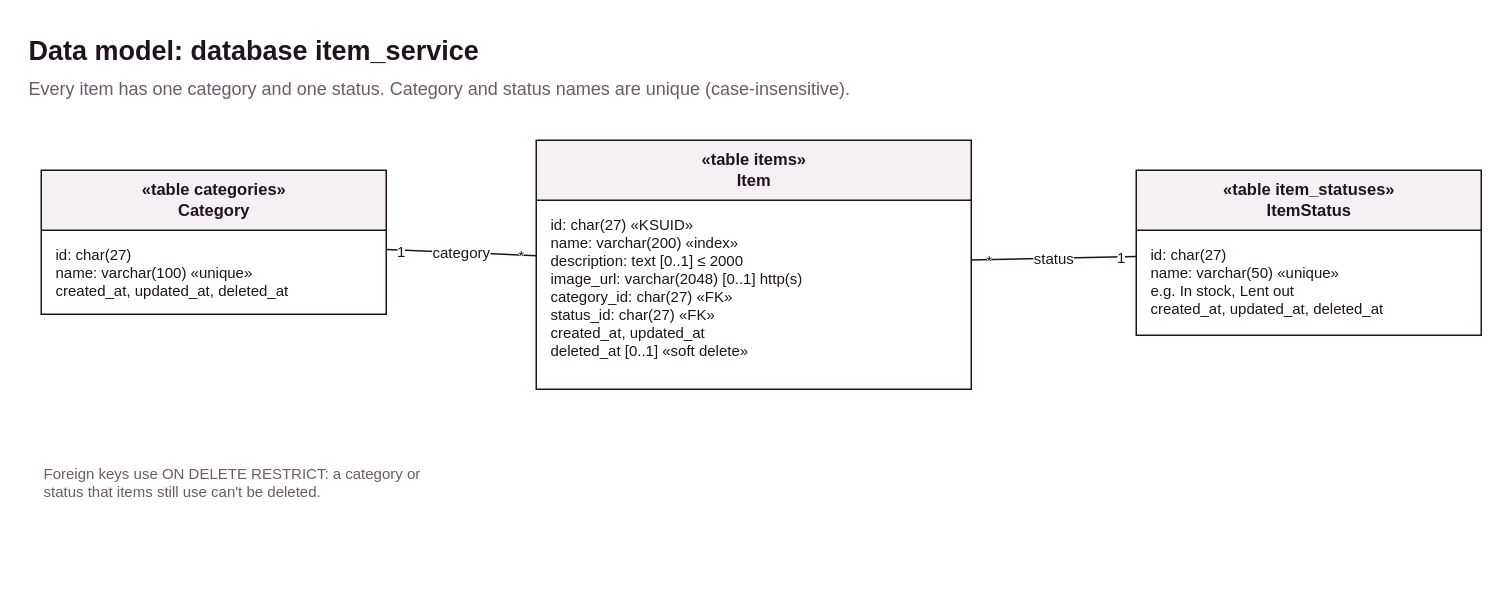
jochem11/inventory-manager keeps this draw.io diagram as page "Data model" (2 of 5) of services/item-service/docs/item-service.drawio. Above is the earlier version. Source tidied: cells renumbered, new cells numbered last; positions are measured from the earlier drawing's top-left corner, leaving out a move shared by most shapes. Both pictures are drawn from the tidied source at 150%, with x=0, y=0 at pixel (26, 26).
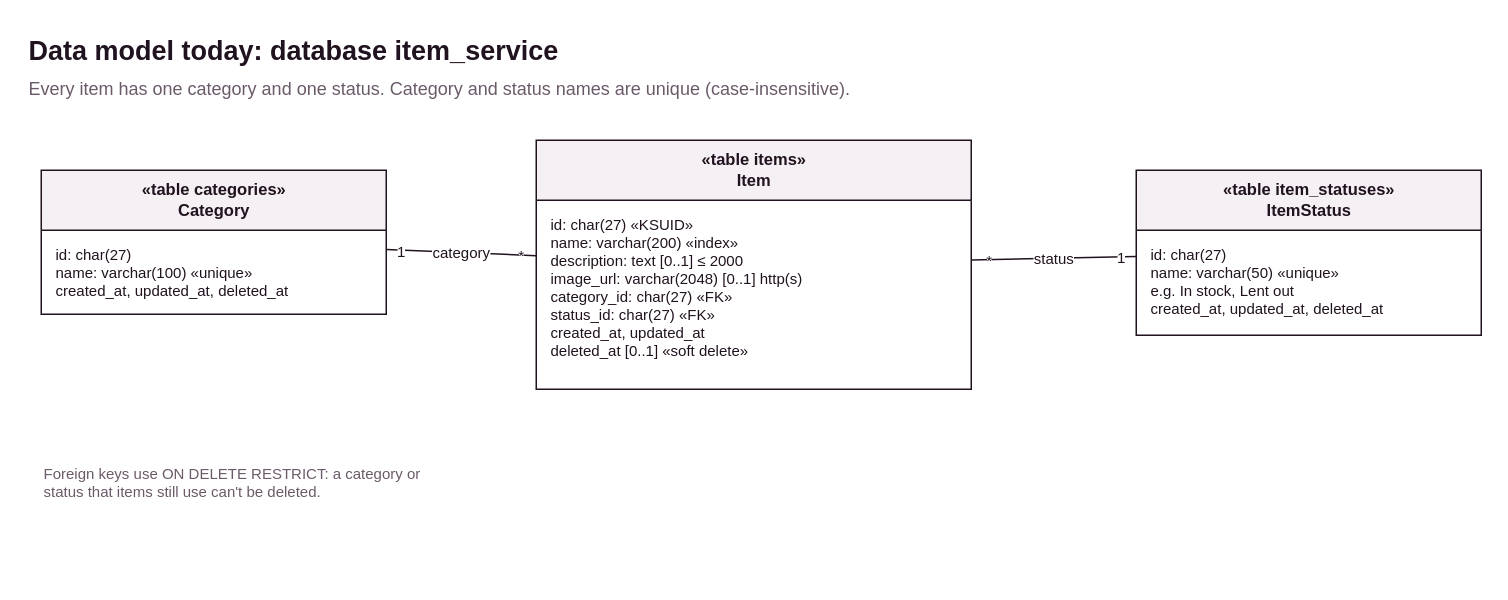
Above is the later version.

The edit, as a diff of the source:
```diff
@@
 <mxGraphModel background="#ffffff">
   <root>
     <mxCell id="0" />
     <mxCell id="1" parent="0" />
     <mxCell id="2" value="«table items»&lt;br&gt;&lt;b&gt;Item&lt;/b&gt;" style="swimlane;html=1;startSize=40;fillColor=#f5f0f4;strokeColor=#20131f;fontSize=11;fontColor=#20131f;horizontal=1;swimlaneFillColor=#ffffff;fontFamily=Helvetica;" parent="1" vertex="1">
       <mxGeometry x="340" y="76" width="290" height="166" as="geometry" />
     </mxCell>
     <mxCell id="3" value="«table categories»&lt;br&gt;&lt;b&gt;Category&lt;/b&gt;" style="swimlane;html=1;startSize=40;fillColor=#f5f0f4;strokeColor=#20131f;fontSize=11;fontColor=#20131f;horizontal=1;swimlaneFillColor=#ffffff;fontFamily=Helvetica;" parent="1" vertex="1">
       <mxGeometry x="10" y="96" width="230" height="96" as="geometry" />
     </mxCell>
     <mxCell id="4" value="«table item_statuses»&lt;br&gt;&lt;b&gt;ItemStatus&lt;/b&gt;" style="swimlane;html=1;startSize=40;fillColor=#f5f0f4;strokeColor=#20131f;fontSize=11;fontColor=#20131f;horizontal=1;swimlaneFillColor=#ffffff;fontFamily=Helvetica;" parent="1" vertex="1">
       <mxGeometry x="740" y="96" width="230" height="110" as="geometry" />
     </mxCell>
     <mxCell id="5" value="id: char(27)  «KSUID»&lt;br&gt;name: varchar(200)  «index»&lt;br&gt;description: text  [0..1]  ≤ 2000&lt;br&gt;image_url: varchar(2048)  [0..1]  http(s)&lt;br&gt;category_id: char(27)  «FK»&lt;br&gt;status_id: char(27)  «FK»&lt;br&gt;created_at, updated_at&lt;br&gt;deleted_at  [0..1]  «soft delete»" style="text;html=1;align=left;verticalAlign=top;spacingLeft=8;spacingTop=4;fontSize=10;fontColor=#20131f;whiteSpace=wrap;fontFamily=Helvetica;" parent="2" vertex="1">
       <mxGeometry y="40" width="290" height="126" as="geometry" />
     </mxCell>
     <mxCell id="6" value="id: char(27)&lt;br&gt;name: varchar(100)  «unique»&lt;br&gt;created_at, updated_at, deleted_at" style="text;html=1;align=left;verticalAlign=top;spacingLeft=8;spacingTop=4;fontSize=10;fontColor=#20131f;whiteSpace=wrap;fontFamily=Helvetica;" parent="3" vertex="1">
       <mxGeometry y="40" width="230" height="56" as="geometry" />
     </mxCell>
     <mxCell id="7" value="id: char(27)&lt;br&gt;name: varchar(50)  «unique»&lt;br&gt;e.g. In stock, Lent out&lt;br&gt;created_at, updated_at, deleted_at" style="text;html=1;align=left;verticalAlign=top;spacingLeft=8;spacingTop=4;fontSize=10;fontColor=#20131f;whiteSpace=wrap;fontFamily=Helvetica;" parent="4" vertex="1">
       <mxGeometry y="40" width="230" height="70" as="geometry" />
     </mxCell>
     <mxCell id="8" value="category" style="html=1;rounded=0;endArrow=none;fontSize=10;strokeColor=#20131f;fontColor=#20131f;labelBackgroundColor=#ffffff;fontFamily=Helvetica;" parent="1" edge="1" source="3" target="2">
       <mxGeometry relative="1" as="geometry" />
     </mxCell>
     <mxCell id="9" value="status" style="html=1;rounded=0;endArrow=none;fontSize=10;strokeColor=#20131f;fontColor=#20131f;labelBackgroundColor=#ffffff;fontFamily=Helvetica;" parent="1" edge="1" source="4" target="2">
       <mxGeometry relative="1" as="geometry" />
     </mxCell>
-    <mxCell id="10" value="&lt;b&gt;Data model: database item_service&lt;/b&gt;" style="text;html=1;whiteSpace=wrap;align=left;verticalAlign=top;fontSize=18;fontColor=#20131f;fontFamily=Helvetica;" parent="1" vertex="1">
-      <mxGeometry width="379" height="26" as="geometry" />
+    <mxCell id="10" value="&lt;b&gt;Data model today: database item_service&lt;/b&gt;" style="text;html=1;whiteSpace=wrap;align=left;verticalAlign=top;fontSize=18;fontColor=#20131f;fontFamily=Helvetica;" parent="1" vertex="1">
+      <mxGeometry width="444" height="26" as="geometry" />
     </mxCell>
     <mxCell id="11" value="Every item has one category and one status. Category and status names are unique (case-insensitive)." style="text;html=1;whiteSpace=wrap;align=left;verticalAlign=top;fontSize=12;fontColor=#6b5a69;fontFamily=Helvetica;" parent="1" vertex="1">
       <mxGeometry y="28" width="712" height="20" as="geometry" />
     </mxCell>
     <mxCell id="12" value="1" style="edgeLabel;html=1;align=center;verticalAlign=middle;fontSize=10;fontColor=#20131f;labelBackgroundColor=#ffffff;fontFamily=Helvetica;" parent="8" vertex="1">
       <mxGeometry x="-0.8" relative="1" as="geometry" />
     </mxCell>
     <mxCell id="13" value="*" style="edgeLabel;html=1;align=center;verticalAlign=middle;fontSize=10;fontColor=#20131f;labelBackgroundColor=#ffffff;fontFamily=Helvetica;" parent="8" vertex="1">
       <mxGeometry x="0.8" relative="1" as="geometry" />
     </mxCell>
     <mxCell id="14" value="1" style="edgeLabel;html=1;align=center;verticalAlign=middle;fontSize=10;fontColor=#20131f;labelBackgroundColor=#ffffff;fontFamily=Helvetica;" parent="9" vertex="1">
       <mxGeometry x="-0.8" relative="1" as="geometry" />
     </mxCell>
     <mxCell id="15" value="*" style="edgeLabel;html=1;align=center;verticalAlign=middle;fontSize=10;fontColor=#20131f;labelBackgroundColor=#ffffff;fontFamily=Helvetica;" parent="9" vertex="1">
       <mxGeometry x="0.8" relative="1" as="geometry" />
     </mxCell>
     <mxCell id="16" value="Foreign keys use ON DELETE RESTRICT: a category or status that items still use can't be deleted." style="text;html=1;whiteSpace=wrap;align=left;verticalAlign=top;fontSize=10;fontColor=#6b5a69;fontFamily=Helvetica;" parent="1" vertex="1">
       <mxGeometry x="10" y="286" width="260" height="80" as="geometry" />
     </mxCell>
   </root>
 </mxGraphModel>
```
